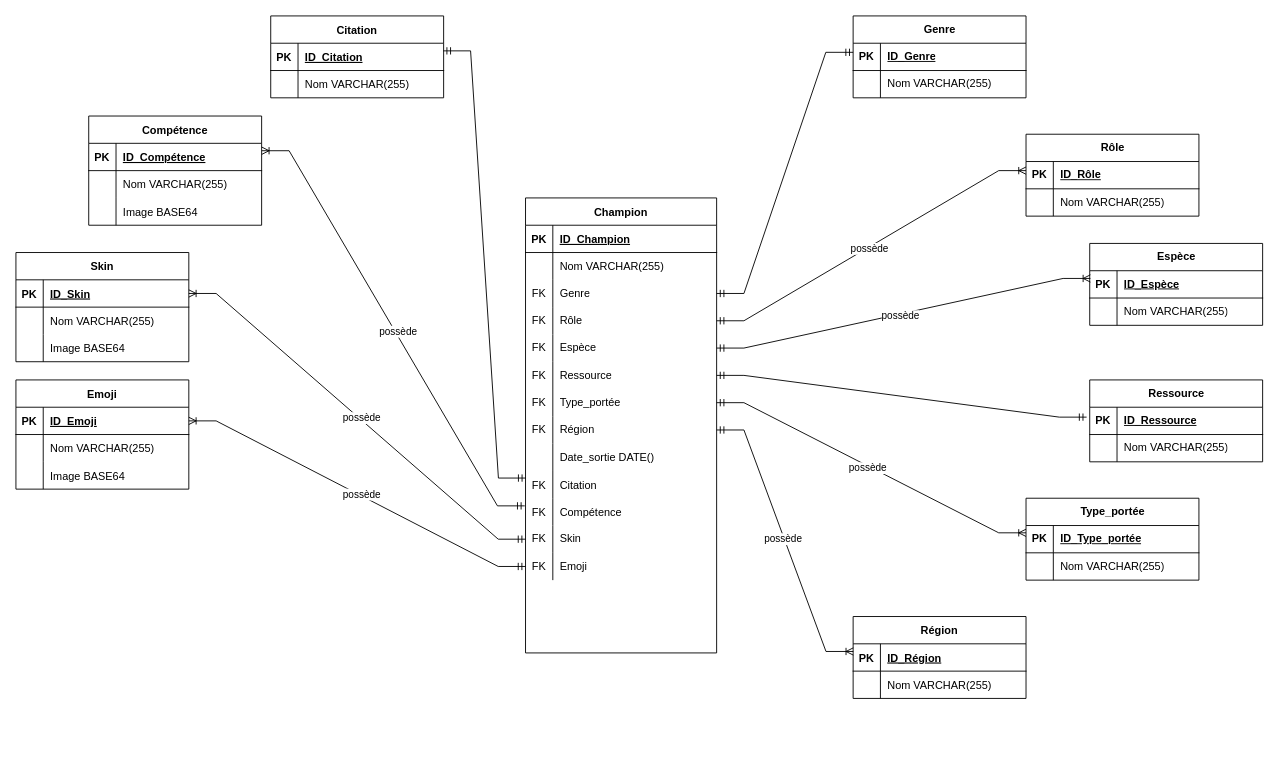
Before: Diagramme_LoB.drawio in CamilleSimon/BTS2-CIEL-IR-MCD-2024-2025, a draw.io diagram. Source tidied: cells renumbered, new cells numbered last; positions are measured from the earlier drawing's top-left corner, leaving out a move shared by most shapes. Both pictures are drawn from the tidied source at 91%, with x=0, y=0 at pixel (15, 15).
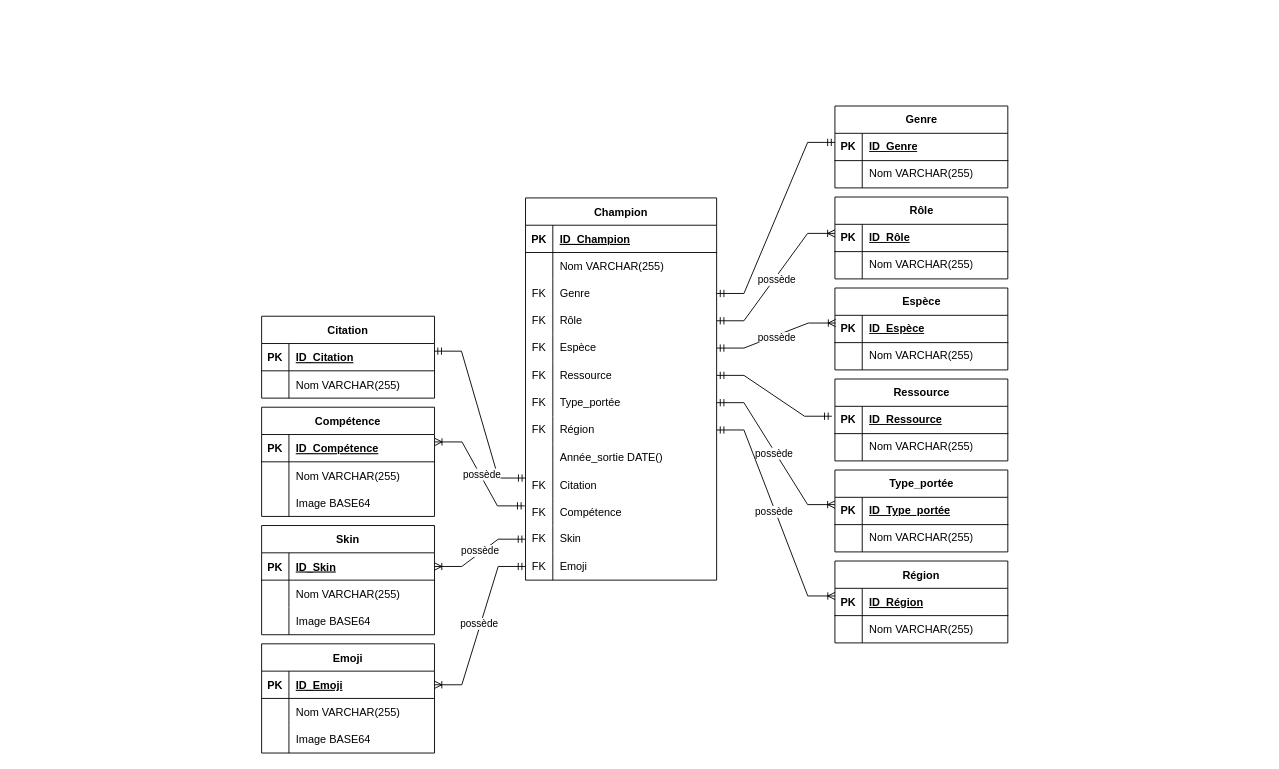
Above is the later version.

Commit message:
Mettre à jour Diagramme_LoB.drawio

Unchanged cells that the change refers to:
```xml
<mxCell id="37" style="shape=tableRow;horizontal=0;startSize=0;swimlaneHead=0;swimlaneBody=0;fillColor=none;top=0;left=0;right=0;bottom=0;" parent="12" vertex="1">
  <mxGeometry y="270" width="210" height="30" as="geometry" />
</mxCell>
```

The edit, as a diff of the source:
```diff
@@
     <mxCell id="2" value="Emoji" style="shape=table;startSize=30;childLayout=tableLayout;rowLines=0;fontStyle=1;align=center;" parent="1" vertex="1">
-      <mxGeometry y="400" width="190" height="120" as="geometry" />
+      <mxGeometry x="270" y="690" width="190" height="120" as="geometry" />
     </mxCell>
@@
     <mxCell id="12" value="Champion" style="shape=table;startSize=30;childLayout=tableLayout;rowLines=0;fontStyle=1;align=center;" parent="1" vertex="1">
-      <mxGeometry x="560" y="200" width="210" height="500" as="geometry" />
+      <mxGeometry x="560" y="200" width="210" height="420" as="geometry" />
     </mxCell>
@@
-    <mxCell id="39" value="Date_sortie DATE()" style="shape=partialRectangle;fillColor=none;top=0;left=0;bottom=0;right=0;align=left;spacingLeft=6;overflow=hidden;" parent="37" vertex="1">
+    <mxCell id="39" value="Année_sortie DATE()" style="shape=partialRectangle;fillColor=none;top=0;left=0;bottom=0;right=0;align=left;spacingLeft=6;overflow=hidden;" parent="37" vertex="1">
       <mxGeometry x="30" width="180" height="30" as="geometry" />
     </mxCell>
@@
     <mxCell id="52" value="Genre" style="shape=table;startSize=30;childLayout=tableLayout;rowLines=0;fontStyle=1;align=center;html=1;" parent="1" vertex="1">
-      <mxGeometry x="920" width="190" height="90" as="geometry" />
+      <mxGeometry x="900" y="99" width="190" height="90" as="geometry" />
     </mxCell>
@@
     <mxCell id="60" value="Rôle" style="shape=table;startSize=30;childLayout=tableLayout;rowLines=0;fontStyle=1;align=center;html=1;" parent="1" vertex="1">
-      <mxGeometry x="1110" y="130" width="190" height="90" as="geometry" />
+      <mxGeometry x="900" y="199" width="190" height="90" as="geometry" />
     </mxCell>
@@
     <mxCell id="67" value="Espèce" style="shape=table;startSize=30;childLayout=tableLayout;rowLines=0;fontStyle=1;align=center;html=1;" parent="1" vertex="1">
-      <mxGeometry x="1180" y="250" width="190" height="90" as="geometry" />
+      <mxGeometry x="900" y="299" width="190" height="90" as="geometry" />
     </mxCell>
@@
     <mxCell id="78" value="Ressource" style="shape=table;startSize=30;childLayout=tableLayout;rowLines=0;fontStyle=1;align=center;html=1;" parent="1" vertex="1">
-      <mxGeometry x="1180" y="400" width="190" height="90" as="geometry" />
+      <mxGeometry x="900" y="399" width="190" height="90" as="geometry" />
     </mxCell>
@@
     <mxCell id="86" value="Type_portée" style="shape=table;startSize=30;childLayout=tableLayout;rowLines=0;fontStyle=1;align=center;html=1;" parent="1" vertex="1">
-      <mxGeometry x="1110" y="530" width="190" height="90" as="geometry" />
+      <mxGeometry x="900" y="499" width="190" height="90" as="geometry" />
     </mxCell>
@@
     <mxCell id="95" value="Région" style="shape=table;startSize=30;childLayout=tableLayout;rowLines=0;fontStyle=1;align=center;" parent="1" vertex="1">
-      <mxGeometry x="920" y="660" width="190" height="90" as="geometry" />
+      <mxGeometry x="900" y="599" width="190" height="90" as="geometry" />
     </mxCell>
@@
     <mxCell id="104" value="Citation" style="shape=table;startSize=30;childLayout=tableLayout;rowLines=0;fontStyle=1;align=center;" parent="1" vertex="1">
-      <mxGeometry x="280" width="190" height="90" as="geometry" />
+      <mxGeometry x="270" y="330" width="190" height="90" as="geometry" />
     </mxCell>
@@
     <mxCell id="112" value="Compétence" style="shape=table;startSize=30;childLayout=tableLayout;rowLines=0;fontStyle=1;align=center;" parent="1" vertex="1">
-      <mxGeometry x="80" y="110" width="190" height="120" as="geometry" />
+      <mxGeometry x="270" y="430" width="190" height="120" as="geometry" />
     </mxCell>
@@
     <mxCell id="124" value="Skin" style="shape=table;startSize=30;childLayout=tableLayout;rowLines=0;fontStyle=1;align=center;" parent="1" vertex="1">
-      <mxGeometry y="260" width="190" height="120" as="geometry" />
+      <mxGeometry x="270" y="560" width="190" height="120" as="geometry" />
     </mxCell>
```
